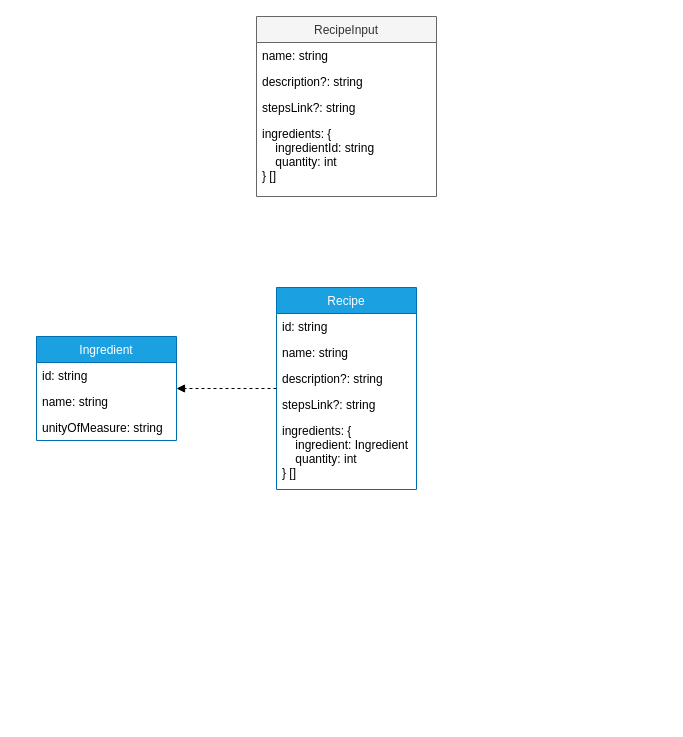
Earlier version of the draw.io diagram spaguette-app/design/class-diagram.drawio (gianlucaascari/spaguette-project). Source tidied: cells renumbered, new cells numbered last; positions are measured from the earlier drawing's top-left corner, leaving out a move shared by most shapes. Both pictures are drawn from the tidied source at 100%, with x=0, y=0 at pixel (36, 16).
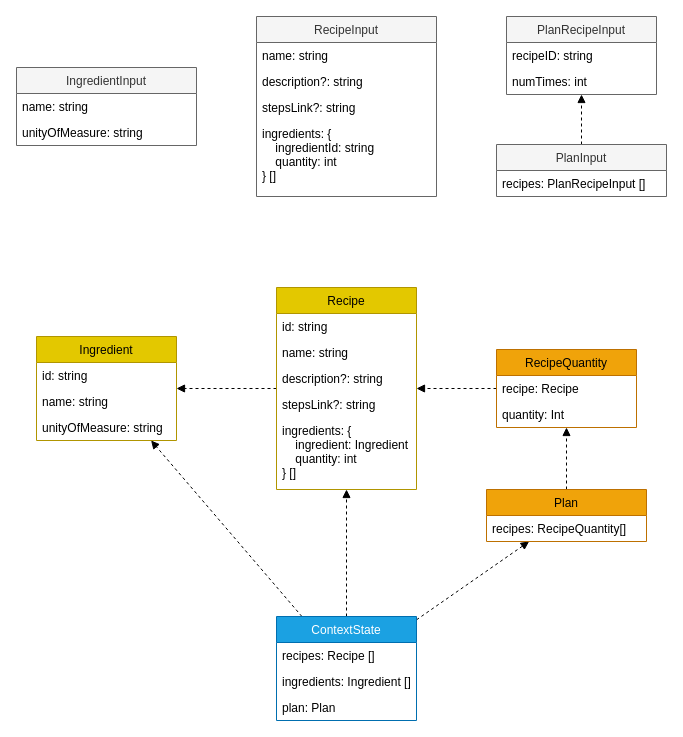
Above is the later version.

Commit message (it also covers changes not shown here):
design plan interaction

Change to the diagram source:
```diff
@@
-    <mxCell id="2" value="Ingredient" style="swimlane;fontStyle=0;horizontal=1;startSize=26;fillColor=#1ba1e2;fontColor=#ffffff;strokeColor=#006EAF;" parent="1" vertex="1">
+    <mxCell id="2" value="Ingredient" style="swimlane;fontStyle=0;horizontal=1;startSize=26;fillColor=#e3c800;fontColor=#000000;strokeColor=#B09500;" parent="1" vertex="1">
       <mxGeometry y="320" width="140" height="104" as="geometry" />
     </mxCell>
@@
-    <mxCell id="7" value="Recipe" style="swimlane;fontStyle=0;horizontal=1;startSize=26;fillColor=#1ba1e2;fontColor=#ffffff;strokeColor=#006EAF;" parent="1" vertex="1">
+    <mxCell id="7" value="Recipe" style="swimlane;fontStyle=0;horizontal=1;startSize=26;fillColor=#e3c800;fontColor=#000000;strokeColor=#B09500;" parent="1" vertex="1">
       <mxGeometry x="240" y="271" width="140" height="202" as="geometry" />
     </mxCell>
@@
+    <mxCell id="18" style="edgeStyle=none;html=1;dashed=1;endArrow=block;endFill=1;" parent="1" edge="1" source="21" target="7">
+      <mxGeometry relative="1" as="geometry" />
+    </mxCell>
+    <mxCell id="19" style="edgeStyle=none;html=1;dashed=1;endArrow=block;endFill=1;" parent="1" edge="1" source="21" target="2">
+      <mxGeometry relative="1" as="geometry" />
+    </mxCell>
+    <mxCell id="20" style="edgeStyle=none;html=1;dashed=1;endArrow=block;endFill=1;" parent="1" edge="1" source="21" target="30">
+      <mxGeometry relative="1" as="geometry" />
+    </mxCell>
+    <mxCell id="21" value="ContextState" style="swimlane;fontStyle=0;horizontal=1;startSize=26;fillColor=#1ba1e2;fontColor=#ffffff;strokeColor=#006EAF;" parent="1" vertex="1">
+      <mxGeometry x="240" y="600" width="140" height="104" as="geometry" />
+    </mxCell>
+    <mxCell id="22" value="recipes: Recipe []" style="text;strokeColor=none;fillColor=none;align=left;verticalAlign=top;spacingLeft=4;spacingRight=4;overflow=hidden;" parent="21" vertex="1">
+      <mxGeometry y="26" width="140" height="26" as="geometry" />
+    </mxCell>
+    <mxCell id="23" value="ingredients: Ingredient []" style="text;strokeColor=none;fillColor=none;align=left;verticalAlign=top;spacingLeft=4;spacingRight=4;overflow=hidden;" parent="21" vertex="1">
+      <mxGeometry y="52" width="140" height="26" as="geometry" />
+    </mxCell>
+    <mxCell id="24" value="plan: Plan" style="text;strokeColor=none;fillColor=none;align=left;verticalAlign=top;spacingLeft=4;spacingRight=4;overflow=hidden;" parent="21" vertex="1">
+      <mxGeometry y="78" width="140" height="26" as="geometry" />
+    </mxCell>
+    <mxCell id="25" style="edgeStyle=none;html=1;dashed=1;endArrow=block;endFill=1;" parent="1" edge="1" source="26" target="7">
+      <mxGeometry relative="1" as="geometry" />
+    </mxCell>
+    <mxCell id="26" value="RecipeQuantity" style="swimlane;fontStyle=0;horizontal=1;startSize=26;fillColor=#f0a30a;fontColor=#000000;strokeColor=#BD7000;" parent="1" vertex="1">
+      <mxGeometry x="460" y="333" width="140" height="78" as="geometry" />
+    </mxCell>
+    <mxCell id="27" value="recipe: Recipe" style="text;strokeColor=none;fillColor=none;align=left;verticalAlign=top;spacingLeft=4;spacingRight=4;overflow=hidden;" parent="26" vertex="1">
+      <mxGeometry y="26" width="140" height="26" as="geometry" />
+    </mxCell>
+    <mxCell id="28" value="quantity: Int" style="text;strokeColor=none;fillColor=none;align=left;verticalAlign=top;spacingLeft=4;spacingRight=4;overflow=hidden;" parent="26" vertex="1">
+      <mxGeometry y="52" width="140" height="26" as="geometry" />
+    </mxCell>
+    <mxCell id="29" style="edgeStyle=none;html=1;dashed=1;endArrow=block;endFill=1;" parent="1" edge="1" source="30" target="26">
+      <mxGeometry relative="1" as="geometry" />
+    </mxCell>
+    <mxCell id="30" value="Plan" style="swimlane;fontStyle=0;horizontal=1;startSize=26;fillColor=#f0a30a;fontColor=#000000;strokeColor=#BD7000;" parent="1" vertex="1">
+      <mxGeometry x="450" y="473" width="160" height="52" as="geometry" />
+    </mxCell>
+    <mxCell id="31" value="recipes: RecipeQuantity[]" style="text;strokeColor=none;fillColor=none;align=left;verticalAlign=top;spacingLeft=4;spacingRight=4;overflow=hidden;" parent="30" vertex="1">
+      <mxGeometry y="26" width="160" height="26" as="geometry" />
+    </mxCell>
+    <mxCell id="32" value="IngredientInput" style="swimlane;fontStyle=0;horizontal=1;startSize=26;fillColor=#f5f5f5;strokeColor=#666666;fontColor=#333333;" parent="1" vertex="1">
+      <mxGeometry x="-20" y="51" width="180" height="78" as="geometry" />
+    </mxCell>
+    <mxCell id="33" value="name: string" style="text;strokeColor=none;fillColor=none;align=left;verticalAlign=top;spacingLeft=4;spacingRight=4;overflow=hidden;" parent="32" vertex="1">
+      <mxGeometry y="26" width="180" height="26" as="geometry" />
+    </mxCell>
+    <mxCell id="34" value="unityOfMeasure: string" style="text;strokeColor=none;fillColor=none;align=left;verticalAlign=top;spacingLeft=4;spacingRight=4;overflow=hidden;" parent="32" vertex="1">
+      <mxGeometry y="52" width="180" height="26" as="geometry" />
+    </mxCell>
+    <mxCell id="35" value="PlanRecipeInput" style="swimlane;fontStyle=0;horizontal=1;startSize=26;fillColor=#f5f5f5;strokeColor=#666666;fontColor=#333333;" parent="1" vertex="1">
+      <mxGeometry x="470" width="150" height="78" as="geometry" />
+    </mxCell>
+    <mxCell id="36" value="recipeID: string" style="text;strokeColor=none;fillColor=none;align=left;verticalAlign=top;spacingLeft=4;spacingRight=4;overflow=hidden;" parent="35" vertex="1">
+      <mxGeometry y="26" width="150" height="26" as="geometry" />
+    </mxCell>
+    <mxCell id="37" value="numTimes: int" style="text;strokeColor=none;fillColor=none;align=left;verticalAlign=top;spacingLeft=4;spacingRight=4;overflow=hidden;" parent="35" vertex="1">
+      <mxGeometry y="52" width="150" height="26" as="geometry" />
+    </mxCell>
+    <mxCell id="38" style="edgeStyle=none;html=1;dashed=1;endArrow=block;endFill=1;" parent="1" edge="1" source="39" target="35">
+      <mxGeometry relative="1" as="geometry" />
+    </mxCell>
+    <mxCell id="39" value="PlanInput" style="swimlane;fontStyle=0;horizontal=1;startSize=26;fillColor=#f5f5f5;strokeColor=#666666;fontColor=#333333;" parent="1" vertex="1">
+      <mxGeometry x="460" y="128" width="170" height="52" as="geometry" />
+    </mxCell>
+    <mxCell id="40" value="recipes: PlanRecipeInput []" style="text;strokeColor=none;fillColor=none;align=left;verticalAlign=top;spacingLeft=4;spacingRight=4;overflow=hidden;" parent="39" vertex="1">
+      <mxGeometry y="26" width="170" height="26" as="geometry" />
+    </mxCell>
```
